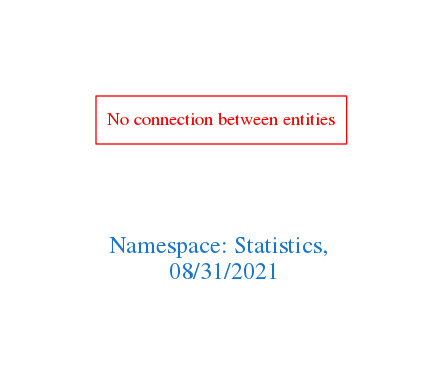
Earlier version of the Graphviz export downloads/Statistics.png (arago/OGIT). Its source is kept beside it as downloads/Statistics.dot.
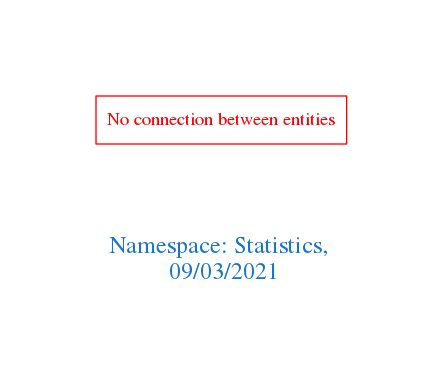
The same diagram one commit later.

The edit, as a diff of the source:
```diff
@@ -1,7 +1,7 @@
 digraph OGIT_ontology {
  graph [ rankdir= LR,pad=1
 fontsize = 18,
-fontcolor= dodgerblue3,label = "\n\n\nNamespace: Statistics, \n 08/31/2021"];
+fontcolor= dodgerblue3,label = "\n\n\nNamespace: Statistics, \n 09/03/2021"];
 node[shape=polygon];
 edge [  color="gray81"];
 
```
